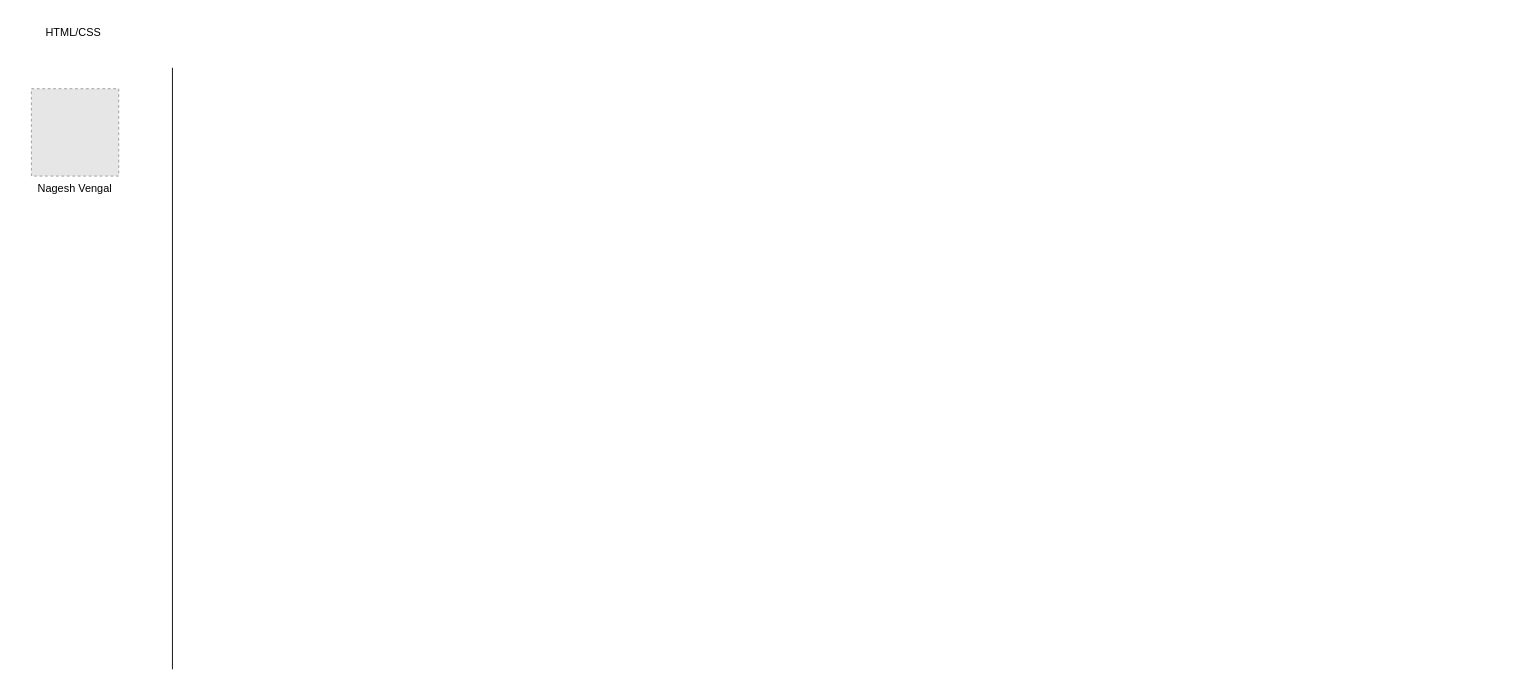
neghani/learnwire keeps this draw.io diagram as images/my_team_for_learnwire.drawio. Above is the earlier version. Source tidied: cells renumbered, new cells numbered last; positions are measured from the earlier drawing's top-left corner, leaving out a move shared by most shapes. Both pictures are drawn from the tidied source at 91%, with x=0, y=0 at pixel (15, 19). Pictures stored in the file or linked from it are replaced by grey dashed boxes.
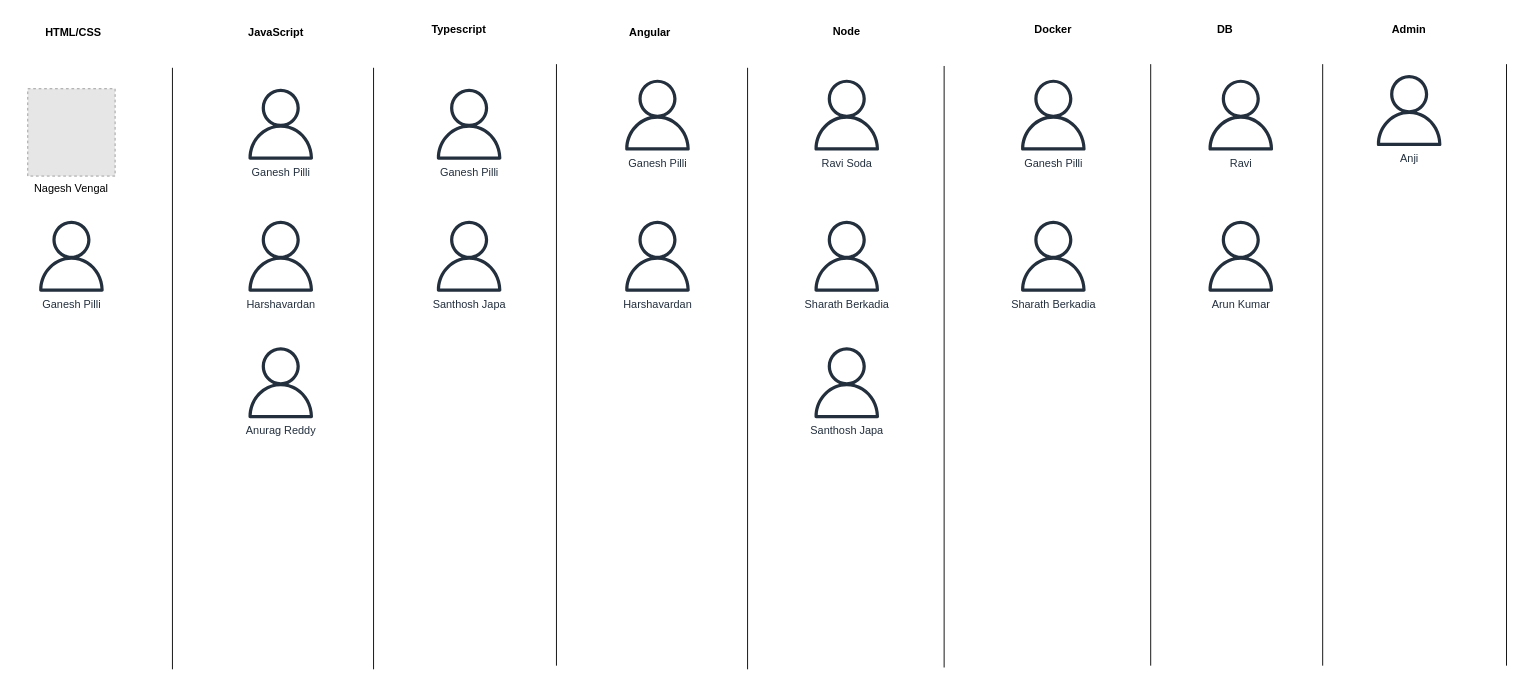
After the change.

Diff of the diagram source:
```diff
@@
     <mxCell id="2" value="Nagesh Vengal" style="fillColor=#E6E6E6;strokeColor=#999999;dashed=1;verticalLabelPosition=bottom;labelBackgroundColor=default;verticalAlign=top;" parent="1" vertex="1">
-      <mxGeometry x="17" y="76" width="96" height="96" as="geometry" />
+      <mxGeometry x="13" y="76" width="96" height="96" as="geometry" />
     </mxCell>
-    <mxCell id="3" value="HTML/CSS&amp;nbsp;" style="text;html=1;strokeColor=none;fillColor=none;align=center;verticalAlign=middle;whiteSpace=wrap;rounded=0;" parent="1" vertex="1">
+    <mxCell id="3" value="HTML/CSS&amp;nbsp;" style="text;html=1;strokeColor=none;fillColor=none;align=center;verticalAlign=middle;whiteSpace=wrap;rounded=0;fontStyle=1;" parent="1" vertex="1">
       <mxGeometry width="130" height="30" as="geometry" />
     </mxCell>
@@
+    <mxCell id="5" value="JavaScript" style="text;html=1;strokeColor=none;fillColor=none;align=center;verticalAlign=middle;whiteSpace=wrap;rounded=0;fontStyle=1;" parent="1" vertex="1">
+      <mxGeometry x="221" width="130" height="30" as="geometry" />
+    </mxCell>
+    <mxCell id="6" style="endArrow=none;html=1;rounded=0;" parent="1" edge="1">
+      <mxGeometry relative="1" as="geometry">
+        <mxPoint x="393" y="714" as="sourcePoint" />
+        <mxPoint x="393" y="53" as="targetPoint" />
+      </mxGeometry>
+    </mxCell>
+    <mxCell id="7" value="Ganesh Pilli" style="sketch=0;fontColor=#232F3E;gradientColor=none;fillColor=#232F3D;strokeColor=none;dashed=0;verticalLabelPosition=bottom;verticalAlign=top;align=center;html=1;fontSize=12;fontStyle=0;shape=mxgraph.aws4.user;" parent="1" vertex="1">
+      <mxGeometry x="252" y="76" width="78" height="78" as="geometry" />
+    </mxCell>
+    <mxCell id="8" value="Typescript" style="text;html=1;strokeColor=none;fillColor=none;align=center;verticalAlign=middle;whiteSpace=wrap;rounded=0;fontStyle=1;" parent="1" vertex="1">
+      <mxGeometry x="422" y="-4" width="130" height="30" as="geometry" />
+    </mxCell>
+    <mxCell id="9" style="endArrow=none;html=1;rounded=0;" parent="1" edge="1">
+      <mxGeometry relative="1" as="geometry">
+        <mxPoint x="594" y="710" as="sourcePoint" />
+        <mxPoint x="594" y="49" as="targetPoint" />
+      </mxGeometry>
+    </mxCell>
+    <mxCell id="10" value="Angular" style="text;html=1;strokeColor=none;fillColor=none;align=center;verticalAlign=middle;whiteSpace=wrap;rounded=0;fontStyle=1;" parent="1" vertex="1">
+      <mxGeometry x="632" width="130" height="30" as="geometry" />
+    </mxCell>
+    <mxCell id="11" style="endArrow=none;html=1;rounded=0;" parent="1" edge="1">
+      <mxGeometry relative="1" as="geometry">
+        <mxPoint x="804" y="714" as="sourcePoint" />
+        <mxPoint x="804" y="53" as="targetPoint" />
+      </mxGeometry>
+    </mxCell>
+    <mxCell id="12" value="Node" style="text;html=1;strokeColor=none;fillColor=none;align=center;verticalAlign=middle;whiteSpace=wrap;rounded=0;fontStyle=1;" parent="1" vertex="1">
+      <mxGeometry x="848" y="-2" width="130" height="30" as="geometry" />
+    </mxCell>
+    <mxCell id="13" style="endArrow=none;html=1;rounded=0;" parent="1" edge="1">
+      <mxGeometry relative="1" as="geometry">
+        <mxPoint x="1020" y="712" as="sourcePoint" />
+        <mxPoint x="1020" y="51" as="targetPoint" />
+      </mxGeometry>
+    </mxCell>
+    <mxCell id="14" value="Docker" style="text;html=1;strokeColor=none;fillColor=none;align=center;verticalAlign=middle;whiteSpace=wrap;rounded=0;fontStyle=1;" parent="1" vertex="1">
+      <mxGeometry x="1075" y="-4" width="130" height="30" as="geometry" />
+    </mxCell>
+    <mxCell id="15" style="endArrow=none;html=1;rounded=0;" parent="1" edge="1">
+      <mxGeometry relative="1" as="geometry">
+        <mxPoint x="1247" y="710" as="sourcePoint" />
+        <mxPoint x="1247" y="49" as="targetPoint" />
+      </mxGeometry>
+    </mxCell>
+    <mxCell id="16" value="DB" style="text;html=1;strokeColor=none;fillColor=none;align=center;verticalAlign=middle;whiteSpace=wrap;rounded=0;fontStyle=1;" parent="1" vertex="1">
+      <mxGeometry x="1264" y="-4" width="130" height="30" as="geometry" />
+    </mxCell>
+    <mxCell id="17" style="endArrow=none;html=1;rounded=0;" parent="1" edge="1">
+      <mxGeometry relative="1" as="geometry">
+        <mxPoint x="1436" y="710" as="sourcePoint" />
+        <mxPoint x="1436" y="49" as="targetPoint" />
+      </mxGeometry>
+    </mxCell>
+    <mxCell id="18" value="Ganesh Pilli" style="sketch=0;fontColor=#232F3E;gradientColor=none;fillColor=#232F3D;strokeColor=none;dashed=0;verticalLabelPosition=bottom;verticalAlign=top;align=center;html=1;fontSize=12;fontStyle=0;shape=mxgraph.aws4.user;" parent="1" vertex="1">
+      <mxGeometry x="459" y="76" width="78" height="78" as="geometry" />
+    </mxCell>
+    <mxCell id="19" value="Santhosh Japa" style="sketch=0;fontColor=#232F3E;gradientColor=none;fillColor=#232F3D;strokeColor=none;dashed=0;verticalLabelPosition=bottom;verticalAlign=top;align=center;html=1;fontSize=12;fontStyle=0;shape=mxgraph.aws4.user;" parent="1" vertex="1">
+      <mxGeometry x="459" y="221" width="78" height="78" as="geometry" />
+    </mxCell>
+    <mxCell id="20" value="Ganesh Pilli" style="sketch=0;fontColor=#232F3E;gradientColor=none;fillColor=#232F3D;strokeColor=none;dashed=0;verticalLabelPosition=bottom;verticalAlign=top;align=center;html=1;fontSize=12;fontStyle=0;shape=mxgraph.aws4.user;" parent="1" vertex="1">
+      <mxGeometry x="666" y="66" width="78" height="78" as="geometry" />
+    </mxCell>
+    <mxCell id="21" value="Ravi Soda" style="sketch=0;fontColor=#232F3E;gradientColor=none;fillColor=#232F3D;strokeColor=none;dashed=0;verticalLabelPosition=bottom;verticalAlign=top;align=center;html=1;fontSize=12;fontStyle=0;shape=mxgraph.aws4.user;" parent="1" vertex="1">
+      <mxGeometry x="874" y="66" width="78" height="78" as="geometry" />
+    </mxCell>
+    <mxCell id="22" value="Harshavardan" style="sketch=0;fontColor=#232F3E;gradientColor=none;fillColor=#232F3D;strokeColor=none;dashed=0;verticalLabelPosition=bottom;verticalAlign=top;align=center;html=1;fontSize=12;fontStyle=0;shape=mxgraph.aws4.user;" parent="1" vertex="1">
+      <mxGeometry x="666" y="221" width="78" height="78" as="geometry" />
+    </mxCell>
+    <mxCell id="23" value="Harshavardan" style="sketch=0;fontColor=#232F3E;gradientColor=none;fillColor=#232F3D;strokeColor=none;dashed=0;verticalLabelPosition=bottom;verticalAlign=top;align=center;html=1;fontSize=12;fontStyle=0;shape=mxgraph.aws4.user;" parent="1" vertex="1">
+      <mxGeometry x="252" y="221" width="78" height="78" as="geometry" />
+    </mxCell>
+    <mxCell id="24" value="Anurag Reddy" style="sketch=0;fontColor=#232F3E;gradientColor=none;fillColor=#232F3D;strokeColor=none;dashed=0;verticalLabelPosition=bottom;verticalAlign=top;align=center;html=1;fontSize=12;fontStyle=0;shape=mxgraph.aws4.user;" parent="1" vertex="1">
+      <mxGeometry x="252" y="360" width="78" height="78" as="geometry" />
+    </mxCell>
+    <mxCell id="25" value="Sharath Berkadia" style="sketch=0;fontColor=#232F3E;gradientColor=none;fillColor=#232F3D;strokeColor=none;dashed=0;verticalLabelPosition=bottom;verticalAlign=top;align=center;html=1;fontSize=12;fontStyle=0;shape=mxgraph.aws4.user;" parent="1" vertex="1">
+      <mxGeometry x="874" y="221" width="78" height="78" as="geometry" />
+    </mxCell>
+    <mxCell id="26" value="Ravi" style="sketch=0;fontColor=#232F3E;gradientColor=none;fillColor=#232F3D;strokeColor=none;dashed=0;verticalLabelPosition=bottom;verticalAlign=top;align=center;html=1;fontSize=12;fontStyle=0;shape=mxgraph.aws4.user;" parent="1" vertex="1">
+      <mxGeometry x="1307" y="66" width="78" height="78" as="geometry" />
+    </mxCell>
+    <mxCell id="27" value="Arun Kumar" style="sketch=0;fontColor=#232F3E;gradientColor=none;fillColor=#232F3D;strokeColor=none;dashed=0;verticalLabelPosition=bottom;verticalAlign=top;align=center;html=1;fontSize=12;fontStyle=0;shape=mxgraph.aws4.user;" parent="1" vertex="1">
+      <mxGeometry x="1307" y="221" width="78" height="78" as="geometry" />
+    </mxCell>
+    <mxCell id="28" value="Santhosh Japa" style="sketch=0;fontColor=#232F3E;gradientColor=none;fillColor=#232F3D;strokeColor=none;dashed=0;verticalLabelPosition=bottom;verticalAlign=top;align=center;html=1;fontSize=12;fontStyle=0;shape=mxgraph.aws4.user;" parent="1" vertex="1">
+      <mxGeometry x="874" y="360" width="78" height="78" as="geometry" />
+    </mxCell>
+    <mxCell id="29" value="Ganesh Pilli" style="sketch=0;fontColor=#232F3E;gradientColor=none;fillColor=#232F3D;strokeColor=none;dashed=0;verticalLabelPosition=bottom;verticalAlign=top;align=center;html=1;fontSize=12;fontStyle=0;shape=mxgraph.aws4.user;" parent="1" vertex="1">
+      <mxGeometry x="1101" y="66" width="78" height="78" as="geometry" />
+    </mxCell>
+    <mxCell id="30" value="Sharath Berkadia" style="sketch=0;fontColor=#232F3E;gradientColor=none;fillColor=#232F3D;strokeColor=none;dashed=0;verticalLabelPosition=bottom;verticalAlign=top;align=center;html=1;fontSize=12;fontStyle=0;shape=mxgraph.aws4.user;" parent="1" vertex="1">
+      <mxGeometry x="1101" y="221" width="78" height="78" as="geometry" />
+    </mxCell>
+    <mxCell id="31" value="Admin" style="text;html=1;strokeColor=none;fillColor=none;align=center;verticalAlign=middle;whiteSpace=wrap;rounded=0;fontStyle=1;" parent="1" vertex="1">
+      <mxGeometry x="1466" y="-4" width="130" height="30" as="geometry" />
+    </mxCell>
+    <mxCell id="32" style="endArrow=none;html=1;rounded=0;" parent="1" edge="1">
+      <mxGeometry relative="1" as="geometry">
+        <mxPoint x="1638" y="710" as="sourcePoint" />
+        <mxPoint x="1638" y="49" as="targetPoint" />
+      </mxGeometry>
+    </mxCell>
+    <mxCell id="33" value="Anji" style="sketch=0;fontColor=#232F3E;gradientColor=none;fillColor=#232F3D;strokeColor=none;dashed=0;verticalLabelPosition=bottom;verticalAlign=top;align=center;html=1;fontSize=12;fontStyle=0;shape=mxgraph.aws4.user;" parent="1" vertex="1">
+      <mxGeometry x="1492" y="61" width="78" height="78" as="geometry" />
+    </mxCell>
+    <mxCell id="34" value="Ganesh Pilli" style="sketch=0;fontColor=#232F3E;gradientColor=none;fillColor=#232F3D;strokeColor=none;dashed=0;verticalLabelPosition=bottom;verticalAlign=top;align=center;html=1;fontSize=12;fontStyle=0;shape=mxgraph.aws4.user;" parent="1" vertex="1">
+      <mxGeometry x="22" y="221" width="78" height="78" as="geometry" />
+    </mxCell>
```
